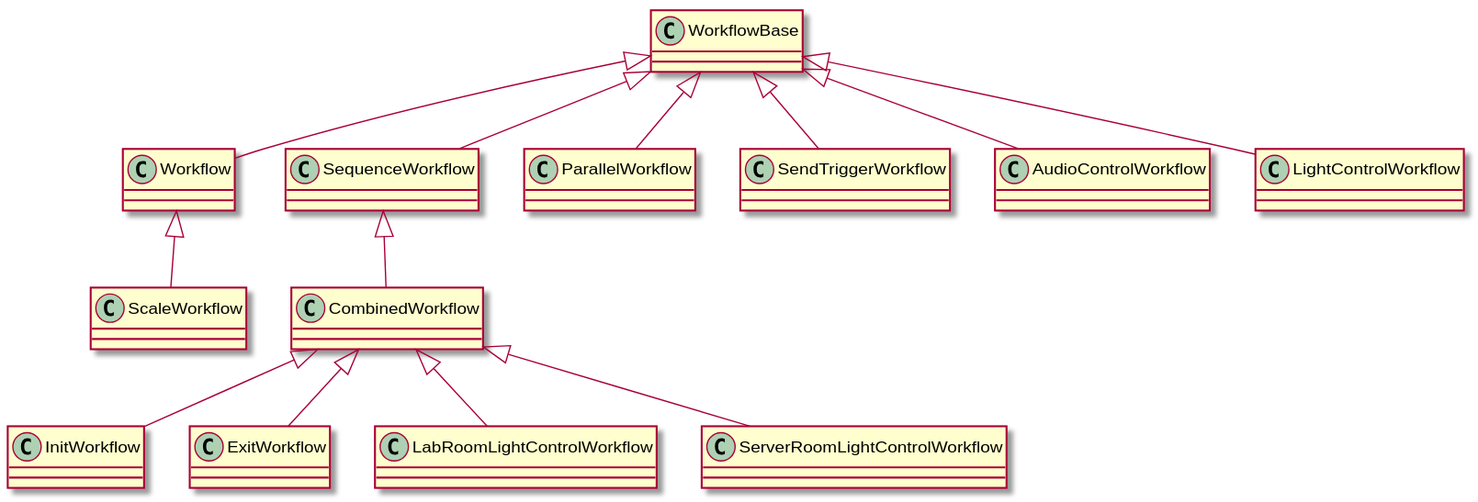
The PlantUML diagram doc/design/workflow_engine_model_special_workflows.svg in ubilab-ws21/operator, before a commit. Its diagram source:
```plantuml
@startuml workflow_engine_model_special_workflows

class WorkflowBase {
}

class Workflow {
}

class SequenceWorkflow {
}

class ParallelWorkflow {
}

class CombinedWorkflow {
}

class SendTriggerWorkflow {
}

class ScaleWorkflow {
}

class InitWorkflow {
}

class ExitWorkflow {
}

class AudioControlWorkflow {
}

class LightControlWorkflow {
}

class LabRoomLightControlWorkflow {
}

class ServerRoomLightControlWorkflow {
}

WorkflowBase <|-- Workflow
WorkflowBase <|-- SequenceWorkflow
WorkflowBase <|-- ParallelWorkflow

SequenceWorkflow <|-- CombinedWorkflow

WorkflowBase <|-- SendTriggerWorkflow
WorkflowBase <|-- AudioControlWorkflow
WorkflowBase <|-- LightControlWorkflow

Workflow <|-- ScaleWorkflow

CombinedWorkflow <|-- InitWorkflow
CombinedWorkflow <|-- ExitWorkflow
CombinedWorkflow <|-- LabRoomLightControlWorkflow
CombinedWorkflow <|-- ServerRoomLightControlWorkflow

@enduml
```
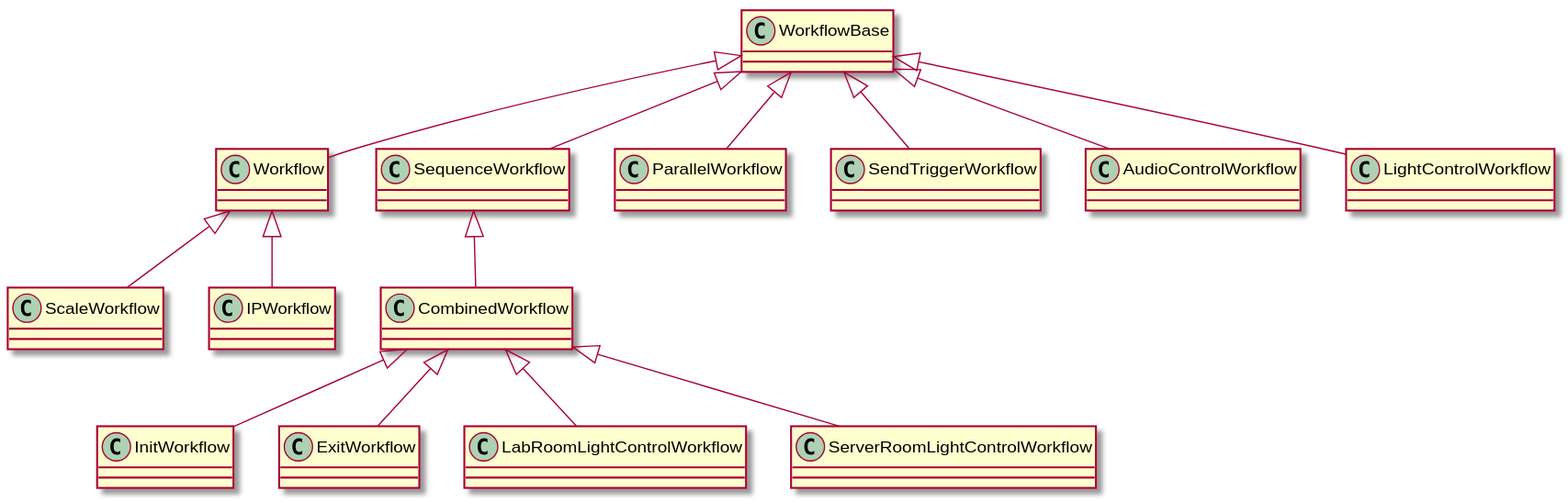
After the change.

Diff of the diagram source:
```diff
@@ -19,6 +19,9 @@
 }
 
 class ScaleWorkflow {
+}
+
+class IPWorkflow {
 }
 
 class InitWorkflow {
@@ -50,6 +53,7 @@
 WorkflowBase <|-- LightControlWorkflow
 
 Workflow <|-- ScaleWorkflow
+Workflow <|-- IPWorkflow
 
 CombinedWorkflow <|-- InitWorkflow
 CombinedWorkflow <|-- ExitWorkflow
```
